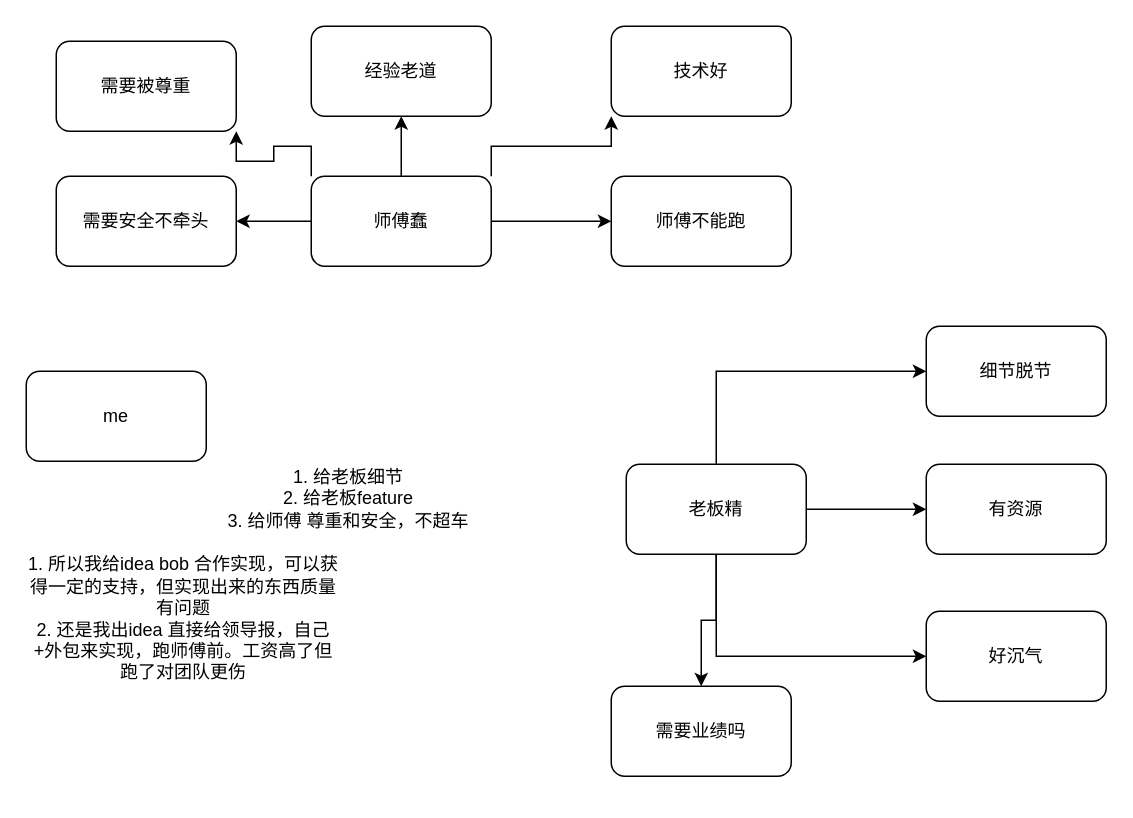
Earlier version of the draw.io diagram note.drawio (Allen9797/WorkZone). Source tidied: cells renumbered, new cells numbered last; positions are measured from the earlier drawing's top-left corner, leaving out a move shared by most shapes. Both pictures are drawn from the tidied source at 150%, with x=0, y=0 at pixel (26, 26).
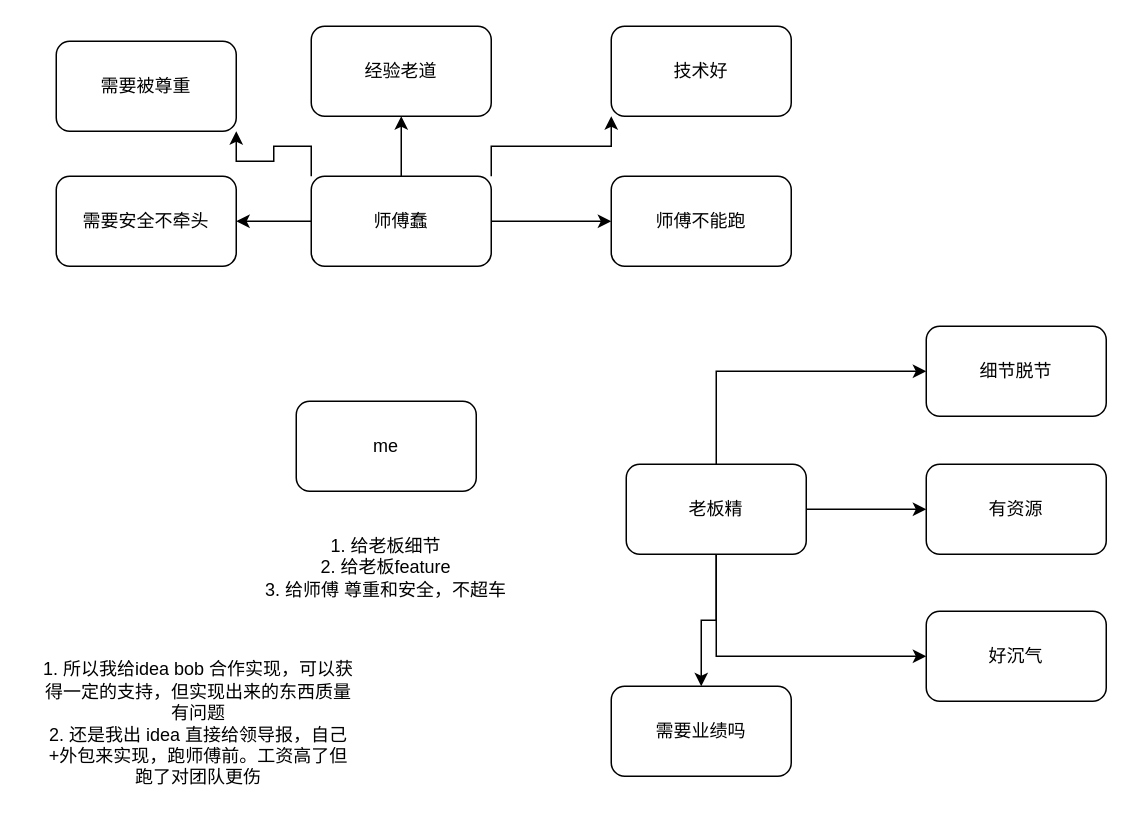
Above is the later version.

What changed in the source:
```diff
@@
     <mxCell id="20" value="me" style="rounded=1;whiteSpace=wrap;html=1;" parent="1" vertex="1">
-      <mxGeometry y="230" width="120" height="60" as="geometry" />
+      <mxGeometry x="180" y="250" width="120" height="60" as="geometry" />
     </mxCell>
@@
     <mxCell id="22" value="1. 给老板细节&lt;br&gt;2. 给老板feature&lt;br&gt;3. 给师傅 尊重和安全，不超车" style="text;html=1;strokeColor=none;fillColor=none;align=center;verticalAlign=middle;whiteSpace=wrap;rounded=0;" parent="1" vertex="1">
-      <mxGeometry x="110" y="300" width="210" height="30" as="geometry" />
+      <mxGeometry x="135" y="332" width="210" height="58" as="geometry" />
     </mxCell>
-    <mxCell id="23" value="1. 所以我给idea bob 合作实现，可以获得一定的支持，但实现出来的东西质量有问题&lt;br&gt;2. 还是我出idea 直接给领导报，自己+外包来实现，跑师傅前。工资高了但跑了对团队更伤" style="text;html=1;strokeColor=none;fillColor=none;align=center;verticalAlign=middle;whiteSpace=wrap;rounded=0;" parent="1" vertex="1">
-      <mxGeometry y="380" width="210" height="30" as="geometry" />
+    <mxCell id="23" value="1. 所以我给idea bob 合作实现，可以获得一定的支持，但实现出来的东西质量有问题&lt;br&gt;2. 还是我出 idea 直接给领导报，自己+外包来实现，跑师傅前。工资高了但跑了对团队更伤" style="text;html=1;strokeColor=none;fillColor=none;align=center;verticalAlign=middle;whiteSpace=wrap;rounded=0;" parent="1" vertex="1">
+      <mxGeometry x="10" y="420" width="210" height="90" as="geometry" />
     </mxCell>
```
